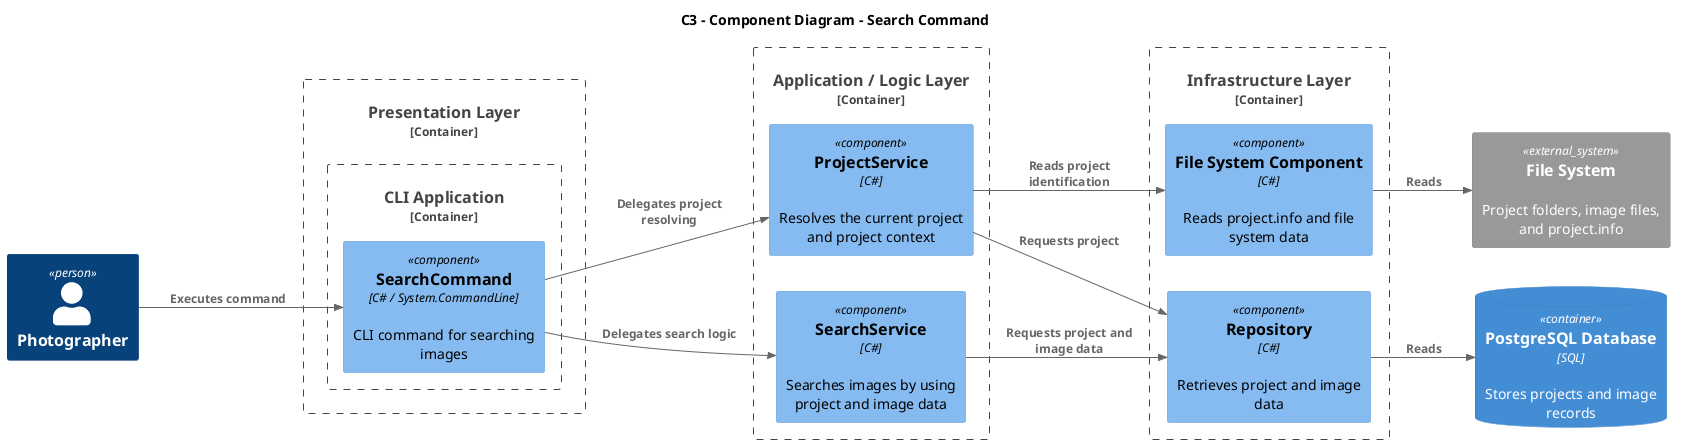
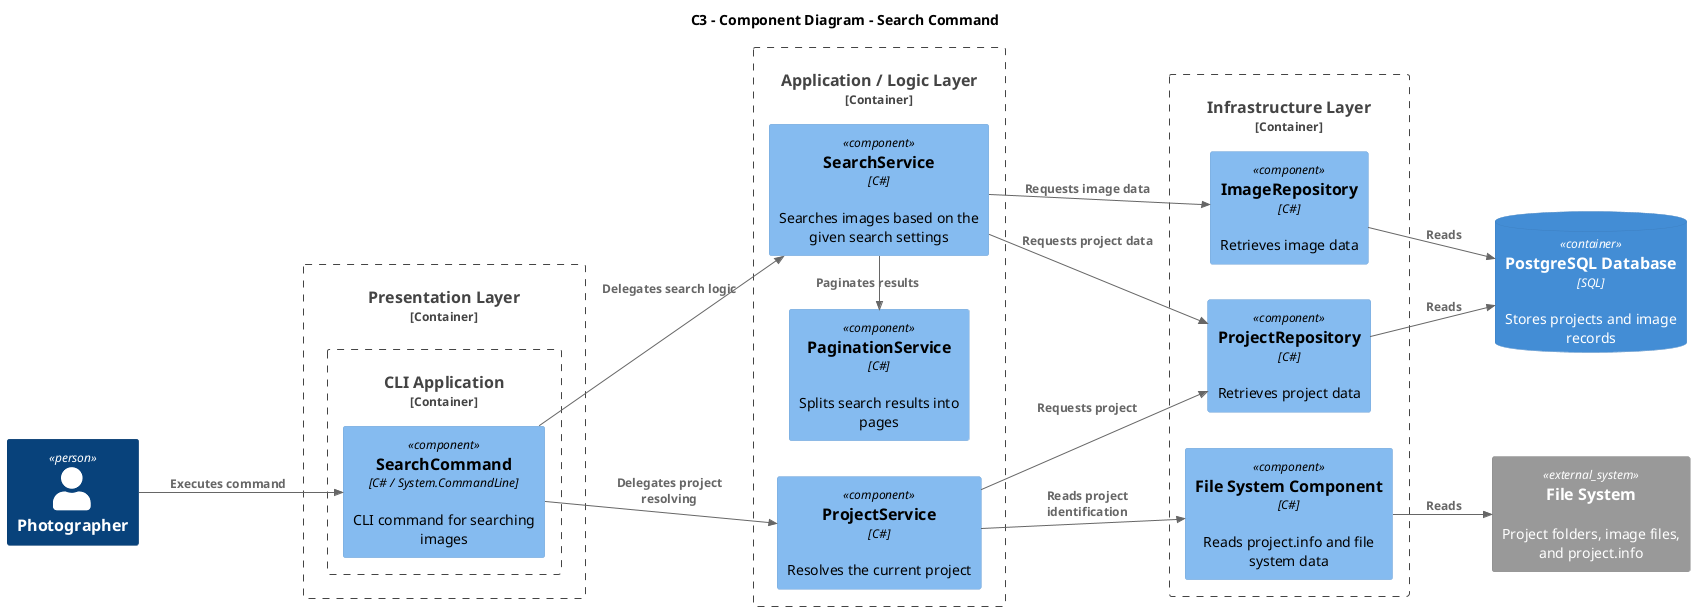
﻿@startuml C3_SearchCommand
!include <C4/C4_Component>

title C3 - Component Diagram - Search Command

LAYOUT_LEFT_RIGHT()

Person(user, "Photographer")

Container_Boundary(presentation, "Presentation Layer") {
    Container_Boundary(cli, "CLI Application") {
        Component(searchCommand, "SearchCommand", "C# / System.CommandLine", "CLI command for searching images")
    }
}

Container_Boundary(application, "Application / Logic Layer") {
-     Component(projectService, "ProjectService", "C#", "Resolves the current project and project context")
-     Component(searchService, "SearchService", "C#", "Searches images by using project and image data")
+     Component(projectService, "ProjectService", "C#", "Resolves the current project")
+     Component(searchService, "SearchService", "C#", "Searches images based on the given search settings")
+     Component(paginationService, "PaginationService", "C#", "Splits search results into pages")
}

Container_Boundary(infra, "Infrastructure Layer") {
-     Component(repository, "Repository", "C#", "Retrieves project and image data")
+     Component(projectRepository, "ProjectRepository", "C#", "Retrieves project data")
+     Component(imageRepository, "ImageRepository", "C#", "Retrieves image data")
    Component(fileSystem, "File System Component", "C#", "Reads project.info and file system data")
}

ContainerDb(database, "PostgreSQL Database", "SQL", "Stores projects and image records")
System_Ext(fs, "File System", "Project folders, image files, and project.info")

Rel(user, searchCommand, "Executes command")

Rel(searchCommand, projectService, "Delegates project resolving")
Rel(searchCommand, searchService, "Delegates search logic")

Rel(projectService, fileSystem, "Reads project identification")
- Rel(projectService, repository, "Requests project")
+ Rel(projectService, projectRepository, "Requests project")

- Rel(searchService, repository, "Requests project and image data")
+ Rel(searchService, projectRepository, "Requests project data")
+ Rel(searchService, imageRepository, "Requests image data")
+ Rel_L(searchService, paginationService, "Paginates results")

- Rel(repository, database, "Reads")
+ Rel(projectRepository, database, "Reads")
+ Rel(imageRepository, database, "Reads")
Rel(fileSystem, fs, "Reads")

@enduml